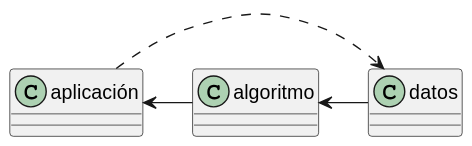
mmasias/chatGPT keeps this PlantUML diagram as imagenes/modelosUML/componentes.svg. Above is the earlier version. Its diagram source:
```plantuml
@startuml
class datos
class algoritmo
class aplicación

aplicación <- algoritmo
algoritmo <- datos
aplicación .> datos

@enduml
```
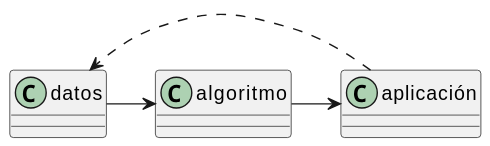
After the commit.

Commit message:
AJuste gráfico DCA

Diff of the diagram source:
```diff
@@ -3,8 +3,10 @@
 class algoritmo
 class aplicación
 
-aplicación <- algoritmo
-algoritmo <- datos
+
+
+aplicación <-l- algoritmo
+algoritmo <-l- datos
 aplicación .> datos
 
 @enduml
```
